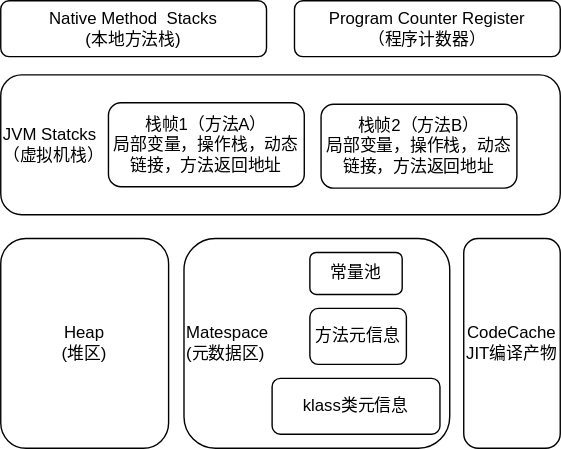
Earlier version of the draw.io export JMM.drawio.svg (Passion-Logan/drawio). Source tidied: cells renumbered, new cells last; positions are measured from the earlier drawing's top-left corner, leaving out a move shared by most shapes.
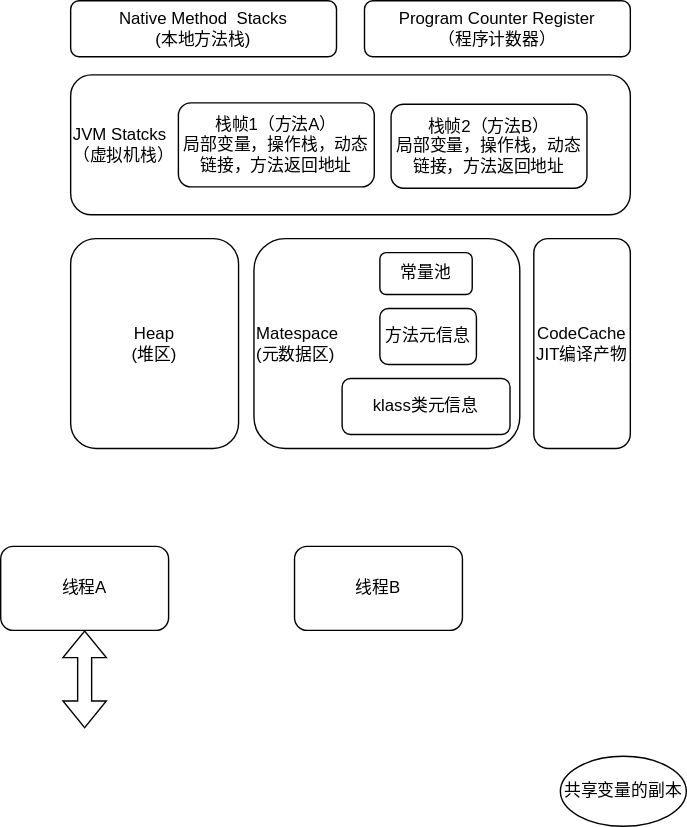
Later version of the same file.

What changed in the source:
```diff
@@ -35,5 +35,19 @@
     <mxCell id="12" value="CodeCache&lt;br&gt;JIT编译产物" style="rounded=1;whiteSpace=wrap;html=1;" parent="1" vertex="1">
       <mxGeometry x="331" y="170" width="69" height="150" as="geometry" />
     </mxCell>
+    <mxCell id="13" value="线程A" style="rounded=1;whiteSpace=wrap;html=1;" parent="1" vertex="1">
+      <mxGeometry x="-50" y="390" width="120" height="60" as="geometry" />
+    </mxCell>
+    <mxCell id="14" value="线程B" style="rounded=1;whiteSpace=wrap;html=1;" parent="1" vertex="1">
+      <mxGeometry x="160" y="390" width="120" height="60" as="geometry" />
+    </mxCell>
+    <mxCell id="15" value="共享变量的副本" style="ellipse;whiteSpace=wrap;html=1;" parent="1" vertex="1">
+      <mxGeometry x="350" y="540" width="90" height="50" as="geometry" />
+    </mxCell>
+    <mxCell id="16" style="shape=flexArrow;endArrow=classic;startArrow=classic;html=1;rounded=0;entryX=0.5;entryY=1;entryDx=0;entryDy=0;" parent="1" edge="1" target="13">
+      <mxGeometry relative="1" as="geometry">
+        <mxPoint x="10" y="520" as="sourcePoint" />
+      </mxGeometry>
+    </mxCell>
   </root>
 </mxGraphModel>
```
